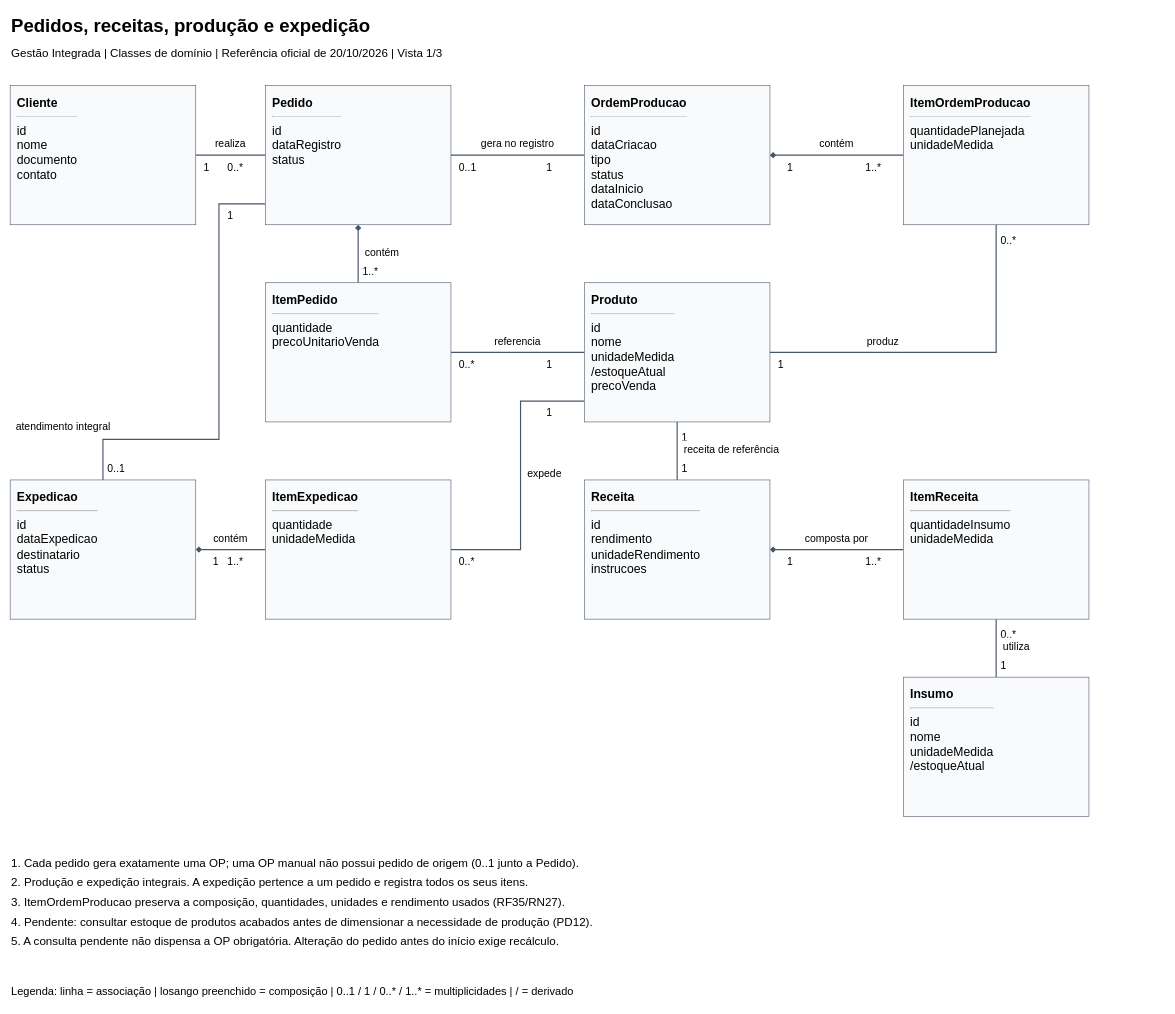
This is page "Pedidos, receitas, produção e expedição" (1 of 3) of docs/03-modelagem/classes/classes-dominio.drawio from edumoreira7/TCC---Gestao-Integrada, a draw.io file, before an edit. Source tidied: cells renumbered, new cells numbered last; positions are measured from the earlier drawing's top-left corner, leaving out a move shared by most shapes. Both pictures are drawn from the tidied source at 58%, with x=0, y=0 at pixel (10, 10).
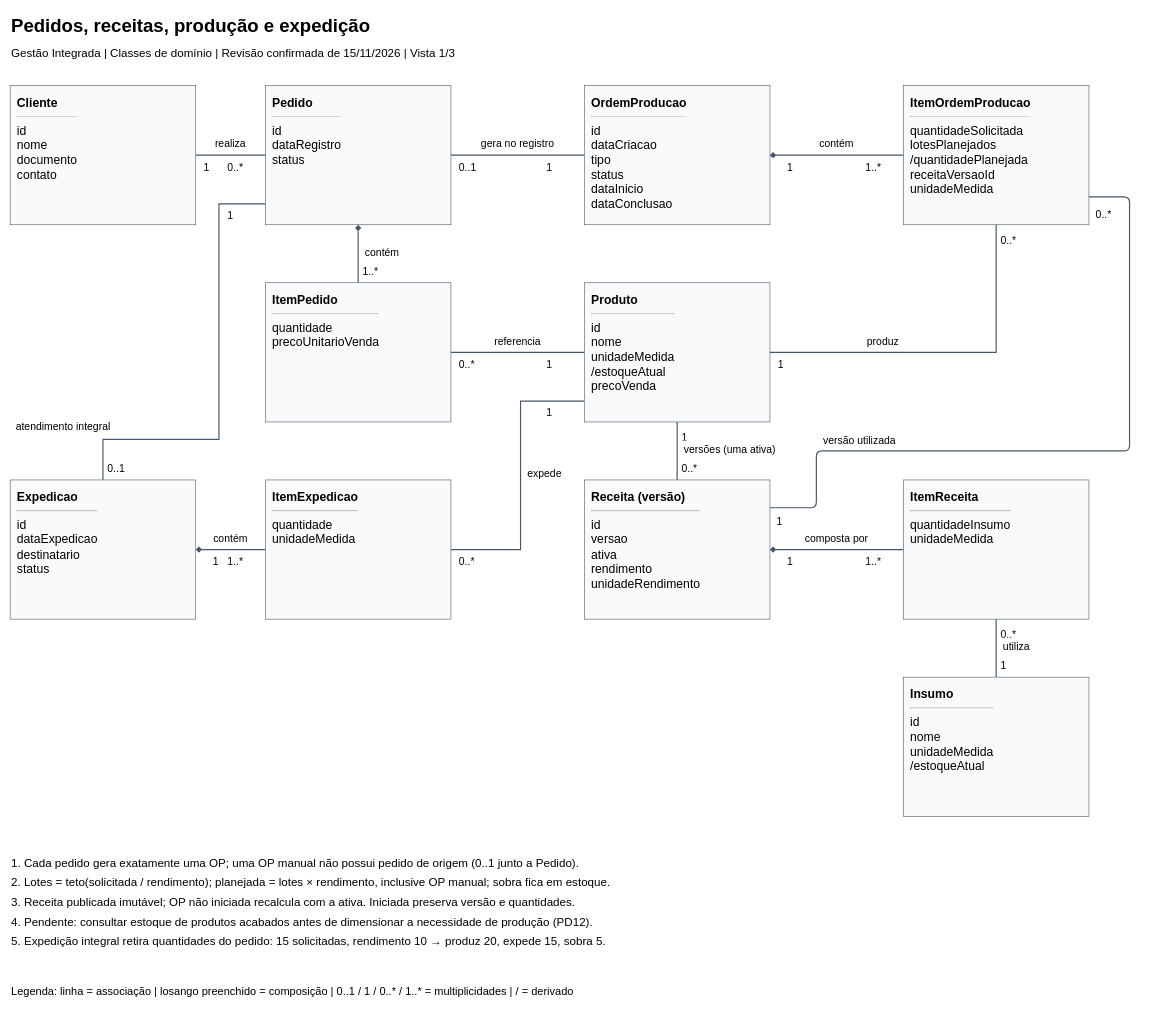
Above is the later version.

The edit, as a diff of the source:
```diff
@@
-    <mxCell id="3" value="Gestão Integrada | Classes de domínio | Referência oficial de 20/10/2026 | Vista 1/3" style="text;align=left;fontSize=20;fontFamily=Arial;" parent="1" vertex="1">
+    <mxCell id="3" value="Gestão Integrada | Classes de domínio | Revisão confirmada de 15/11/2026 | Vista 1/3" style="text;align=left;fontSize=20;fontFamily=Arial;" parent="1" vertex="1">
       <mxGeometry y="55" width="1950" height="40" as="geometry" />
     </mxCell>
@@
-    <mxCell id="30" value="1" style="text;html=0;align=left;verticalAlign=middle;spacing=4;fontFamily=Arial;fontSize=18;fontStyle=0;fillColor=#FFFFFF;" parent="1" vertex="1">
+    <mxCell id="30" value="0..*" style="text;html=0;align=left;verticalAlign=middle;spacing=4;fontFamily=Arial;fontSize=18;fontStyle=0;fillColor=#FFFFFF;" parent="1" vertex="1">
       <mxGeometry x="1154" y="775" width="26" height="28" as="geometry" />
     </mxCell>
-    <mxCell id="31" value="receita de referência" style="text;html=0;align=left;verticalAlign=middle;spacing=4;fontFamily=Arial;fontSize=18;fontStyle=0;fillColor=#FFFFFF;" parent="1" vertex="1">
+    <mxCell id="31" value="versões (uma ativa)" style="text;html=0;align=left;verticalAlign=middle;spacing=4;fontFamily=Arial;fontSize=18;fontStyle=0;fillColor=#FFFFFF;" parent="1" vertex="1">
       <mxGeometry x="1158" y="742" width="180" height="28" as="geometry" />
     </mxCell>
@@
-    <mxCell id="55" value="&lt;b&gt;ItemOrdemProducao&lt;/b&gt;&lt;hr&gt;quantidadePlanejada&lt;br&gt;unidadeMedida" style="rounded=0;html=1;whiteSpace=wrap;align=left;verticalAlign=top;spacing=12;fontFamily=Arial;fontSize=21;fillColor=#F8FAFC;strokeColor=#475569;" parent="1" vertex="1">
+    <mxCell id="55" value="&lt;b&gt;ItemOrdemProducao&lt;/b&gt;&lt;hr&gt;quantidadeSolicitada&lt;br&gt;lotesPlanejados&lt;br&gt;/quantidadePlanejada&lt;br&gt;receitaVersaoId&lt;br&gt;unidadeMedida" style="rounded=0;html=1;whiteSpace=wrap;align=left;verticalAlign=top;spacing=12;fontFamily=Arial;fontSize=21;fillColor=#F8FAFC;strokeColor=#475569;" parent="1" vertex="1">
       <mxGeometry x="1540" y="130" width="320" height="240" as="geometry" />
     </mxCell>
@@
-    <mxCell id="60" value="&lt;b&gt;Receita&lt;/b&gt;&lt;hr&gt;id&lt;br&gt;rendimento&lt;br&gt;unidadeRendimento&lt;br&gt;instrucoes" style="rounded=0;html=1;whiteSpace=wrap;align=left;verticalAlign=top;spacing=12;fontFamily=Arial;fontSize=21;fillColor=#F8FAFC;strokeColor=#475569;" parent="1" vertex="1">
+    <mxCell id="60" value="&lt;b&gt;Receita (versão)&lt;/b&gt;&lt;hr&gt;id&lt;br&gt;versao&lt;br&gt;ativa&lt;br&gt;rendimento&lt;br&gt;unidadeRendimento" style="rounded=0;html=1;whiteSpace=wrap;align=left;verticalAlign=top;spacing=12;fontFamily=Arial;fontSize=21;fillColor=#F8FAFC;strokeColor=#475569;" parent="1" vertex="1">
       <mxGeometry x="990" y="810" width="320" height="240" as="geometry" />
     </mxCell>
@@
-    <mxCell id="64" value="2. Produção e expedição integrais. A expedição pertence a um pedido e registra todos os seus itens." style="text;align=left;fontSize=20;fontFamily=Arial;" parent="1" vertex="1">
+    <mxCell id="64" value="2. Lotes = teto(solicitada / rendimento); planejada = lotes × rendimento, inclusive OP manual; sobra fica em estoque." style="text;align=left;fontSize=20;fontFamily=Arial;" parent="1" vertex="1">
       <mxGeometry y="1485" width="1990" height="34" as="geometry" />
     </mxCell>
-    <mxCell id="65" value="3. ItemOrdemProducao preserva a composição, quantidades, unidades e rendimento usados (RF35/RN27)." style="text;align=left;fontSize=20;fontFamily=Arial;" parent="1" vertex="1">
+    <mxCell id="65" value="3. Receita publicada imutável; OP não iniciada recalcula com a ativa. Iniciada preserva versão e quantidades." style="text;align=left;fontSize=20;fontFamily=Arial;" parent="1" vertex="1">
       <mxGeometry y="1519" width="1990" height="34" as="geometry" />
     </mxCell>
@@
-    <mxCell id="67" value="5. A consulta pendente não dispensa a OP obrigatória. Alteração do pedido antes do início exige recálculo." style="text;align=left;fontSize=20;fontFamily=Arial;" parent="1" vertex="1">
+    <mxCell id="67" value="5. Expedição integral retira quantidades do pedido: 15 solicitadas, rendimento 10 → produz 20, expede 15, sobra 5." style="text;align=left;fontSize=20;fontFamily=Arial;" parent="1" vertex="1">
       <mxGeometry y="1587" width="1990" height="34" as="geometry" />
     </mxCell>
@@
+    <mxCell id="69" style="endArrow=none;strokeColor=#475569;strokeWidth=2;exitX=1;exitY=0.8;entryX=1;entryY=0.2;" parent="1" edge="1" source="55" target="60">
+      <mxGeometry relative="1" as="geometry">
+        <Array as="points">
+          <mxPoint x="1930" y="322" />
+          <mxPoint x="1930" y="760" />
+          <mxPoint x="1390" y="760" />
+          <mxPoint x="1390" y="858" />
+        </Array>
+      </mxGeometry>
+    </mxCell>
+    <mxCell id="70" value="0..*" style="text;fontSize=18;fillColor=#FFFFFF;" parent="1" vertex="1">
+      <mxGeometry x="1870" y="335" width="50" height="30" as="geometry" />
+    </mxCell>
+    <mxCell id="71" value="1" style="text;fontSize=18;fillColor=#FFFFFF;" parent="1" vertex="1">
+      <mxGeometry x="1320" y="865" width="50" height="30" as="geometry" />
+    </mxCell>
+    <mxCell id="72" value="versão utilizada" style="text;fontSize=18;fillColor=#FFFFFF;" parent="1" vertex="1">
+      <mxGeometry x="1400" y="725" width="240" height="30" as="geometry" />
+    </mxCell>
```
